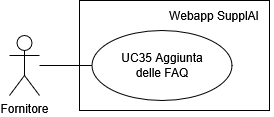
Above: 2 - RTB/imgs/aggiunta-faq.png in CodeHex16/documentazione (draw.io), before the change. Source tidied: cells renumbered, new cells last; positions are measured from the earlier drawing's top-left corner, leaving out a move shared by most shapes.
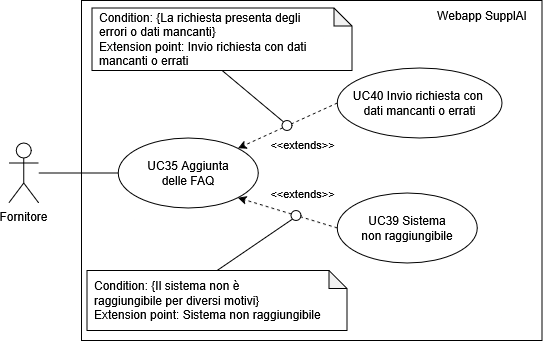
Above is the later version.

Commit message:
Modificata figura 23 uc35 e figura 13

Diff of the diagram source:
```diff
@@ -2,20 +2,60 @@
   <root>
     <mxCell id="0" />
     <mxCell id="1" parent="0" />
-    <mxCell id="2" value="Fornitore" style="shape=umlActor;verticalLabelPosition=bottom;verticalAlign=top;html=1;outlineConnect=0;" parent="1" vertex="1">
-      <mxGeometry y="35" width="30" height="60" as="geometry" />
+    <mxCell id="2" style="rounded=0;whiteSpace=wrap;html=1;fillColor=none;align=right;" parent="1" vertex="1">
+      <mxGeometry x="-738.9" y="1084" width="460.5" height="340" as="geometry" />
     </mxCell>
-    <mxCell id="3" style="endArrow=none;html=1;rounded=0;entryX=0;entryY=0.5;entryDx=0;entryDy=0;" parent="1" edge="1" source="2" target="5">
-      <mxGeometry relative="1" as="geometry" />
+    <mxCell id="3" value="Webapp SupplAI" style="text;html=1;align=center;verticalAlign=middle;whiteSpace=wrap;rounded=0;" parent="1" vertex="1">
+      <mxGeometry x="-398.4" y="1084" width="120" height="30" as="geometry" />
     </mxCell>
-    <mxCell id="4" style="rounded=0;whiteSpace=wrap;html=1;fillColor=none;align=right;" parent="1" vertex="1">
-      <mxGeometry x="70" width="190" height="110" as="geometry" />
+    <mxCell id="4" value="Fornitore" style="shape=umlActor;verticalLabelPosition=bottom;verticalAlign=top;html=1;outlineConnect=0;" parent="1" vertex="1">
+      <mxGeometry x="-811.6" y="1226.5" width="30" height="60" as="geometry" />
     </mxCell>
-    <mxCell id="5" value="&lt;div&gt;UC35 Aggiunta&lt;/div&gt;&lt;div&gt;delle FAQ&lt;/div&gt;" style="ellipse;whiteSpace=wrap;html=1;" parent="1" vertex="1">
-      <mxGeometry x="82.5" y="30" width="140" height="70" as="geometry" />
+    <mxCell id="5" value="&lt;div&gt;UC39 Sistema&lt;/div&gt;&lt;div&gt;non raggiungibile&lt;/div&gt;" style="ellipse;whiteSpace=wrap;html=1;" parent="1" vertex="1">
+      <mxGeometry x="-483.1" y="1276.5" width="140" height="70" as="geometry" />
     </mxCell>
-    <mxCell id="6" value="Webapp SupplAI" style="text;html=1;align=center;verticalAlign=middle;whiteSpace=wrap;rounded=0;" parent="1" vertex="1">
-      <mxGeometry x="145" width="120" height="30" as="geometry" />
+    <mxCell id="6" value="&lt;div&gt;UC40 Invio richiesta con&amp;nbsp;&lt;/div&gt;&lt;div&gt;dati mancanti o errati&lt;/div&gt;" style="ellipse;whiteSpace=wrap;html=1;" parent="1" vertex="1">
+      <mxGeometry x="-483.1" y="1151.5" width="164.8" height="70" as="geometry" />
     </mxCell>
+    <mxCell id="7" style="rounded=0;jettySize=auto;html=1;exitX=0;exitY=0.5;exitDx=0;exitDy=0;endArrow=none;startFill=0;" parent="1" edge="1" source="8" target="4">
+      <mxGeometry relative="1" as="geometry" />
+    </mxCell>
+    <mxCell id="8" value="&lt;div&gt;UC35 Aggiunta&lt;/div&gt;&lt;div&gt;delle FAQ&lt;/div&gt;" style="ellipse;whiteSpace=wrap;html=1;" parent="1" vertex="1">
+      <mxGeometry x="-702.1" y="1221.5" width="140" height="70" as="geometry" />
+    </mxCell>
+    <mxCell id="9" style="rounded=0;jettySize=auto;html=1;entryX=1;entryY=0;entryDx=0;entryDy=0;dashed=1;exitX=0;exitY=0.5;exitDx=0;exitDy=0;" parent="1" edge="1" source="6" target="8">
+      <mxGeometry relative="1" as="geometry" />
+    </mxCell>
+    <mxCell id="10" value="&amp;lt;&amp;lt;extends&amp;gt;&amp;gt;" style="edgeLabel;html=1;align=center;verticalAlign=middle;" parent="9" vertex="1">
+      <mxGeometry x="0.72" y="-4" relative="1" as="geometry">
+        <mxPoint x="52" y="5" as="offset" />
+      </mxGeometry>
+    </mxCell>
+    <mxCell id="11" style="rounded=0;jettySize=auto;html=1;entryX=1;entryY=1;entryDx=0;entryDy=0;dashed=1;exitX=0;exitY=0.5;exitDx=0;exitDy=0;" parent="1" edge="1" source="5" target="8">
+      <mxGeometry relative="1" as="geometry" />
+    </mxCell>
+    <mxCell id="12" value="&amp;lt;&amp;lt;extends&amp;gt;&amp;gt;" style="edgeLabel;html=1;align=center;verticalAlign=middle;" parent="11" vertex="1">
+      <mxGeometry x="0.72" y="-4" relative="1" as="geometry">
+        <mxPoint x="49" y="-5" as="offset" />
+      </mxGeometry>
+    </mxCell>
+    <mxCell id="13" value="&lt;div align=&quot;left&quot; style=&quot;padding-left: 5px;&quot;&gt;Condition: {La richiesta presenta degli&lt;/div&gt;&lt;div align=&quot;left&quot; style=&quot;padding-left: 5px;&quot;&gt;errori o dati mancanti}&lt;/div&gt;&lt;div align=&quot;left&quot; style=&quot;padding-left: 5px;&quot;&gt;Extension point: Invio richiesta con dati&lt;/div&gt;&lt;div align=&quot;left&quot; style=&quot;padding-left: 5px;&quot;&gt;mancanti o errati&lt;/div&gt;" style="shape=note;whiteSpace=wrap;html=1;backgroundOutline=1;darkOpacity=0.05;size=18;align=left;" parent="1" vertex="1">
+      <mxGeometry x="-728.4" y="1091.5" width="260" height="62.5" as="geometry" />
+    </mxCell>
+    <mxCell id="14" style="rounded=0;jettySize=auto;html=1;endArrow=none;endFill=0;endSize=20;startFill=0;exitX=0.5;exitY=1;exitDx=0;exitDy=0;exitPerimeter=0;entryX=0;entryY=0;entryDx=0;entryDy=0;" parent="1" edge="1" source="13" target="15">
+      <mxGeometry relative="1" as="geometry" />
+    </mxCell>
+    <mxCell id="15" style="ellipse;whiteSpace=wrap;html=1;" parent="1" vertex="1">
+      <mxGeometry x="-538.4" y="1204" width="10" height="10" as="geometry" />
+    </mxCell>
+    <mxCell id="16" value="&lt;div align=&quot;left&quot; style=&quot;padding-left: 5px;&quot;&gt;Condition: {Il sistema non è&lt;br&gt;raggiungibile per diversi motivi}&lt;/div&gt;&lt;div align=&quot;left&quot; style=&quot;padding-left: 5px;&quot;&gt;Extension point: Sistema non raggiungibile&lt;/div&gt;" style="shape=note;whiteSpace=wrap;html=1;backgroundOutline=1;darkOpacity=0.05;size=18;align=left;" parent="1" vertex="1">
+      <mxGeometry x="-733.4" y="1354" width="260" height="60" as="geometry" />
+    </mxCell>
+    <mxCell id="17" style="rounded=0;jettySize=auto;html=1;endArrow=none;endFill=0;endSize=20;startFill=0;exitX=0.5;exitY=0;exitDx=0;exitDy=0;exitPerimeter=0;entryX=0;entryY=1;entryDx=0;entryDy=0;" parent="1" edge="1" source="16" target="18">
+      <mxGeometry relative="1" as="geometry" />
+    </mxCell>
+    <mxCell id="18" style="ellipse;whiteSpace=wrap;html=1;" parent="1" vertex="1">
+      <mxGeometry x="-529.4" y="1294" width="10" height="10" as="geometry" />
+    </mxCell>
   </root>
 </mxGraphModel>
```
